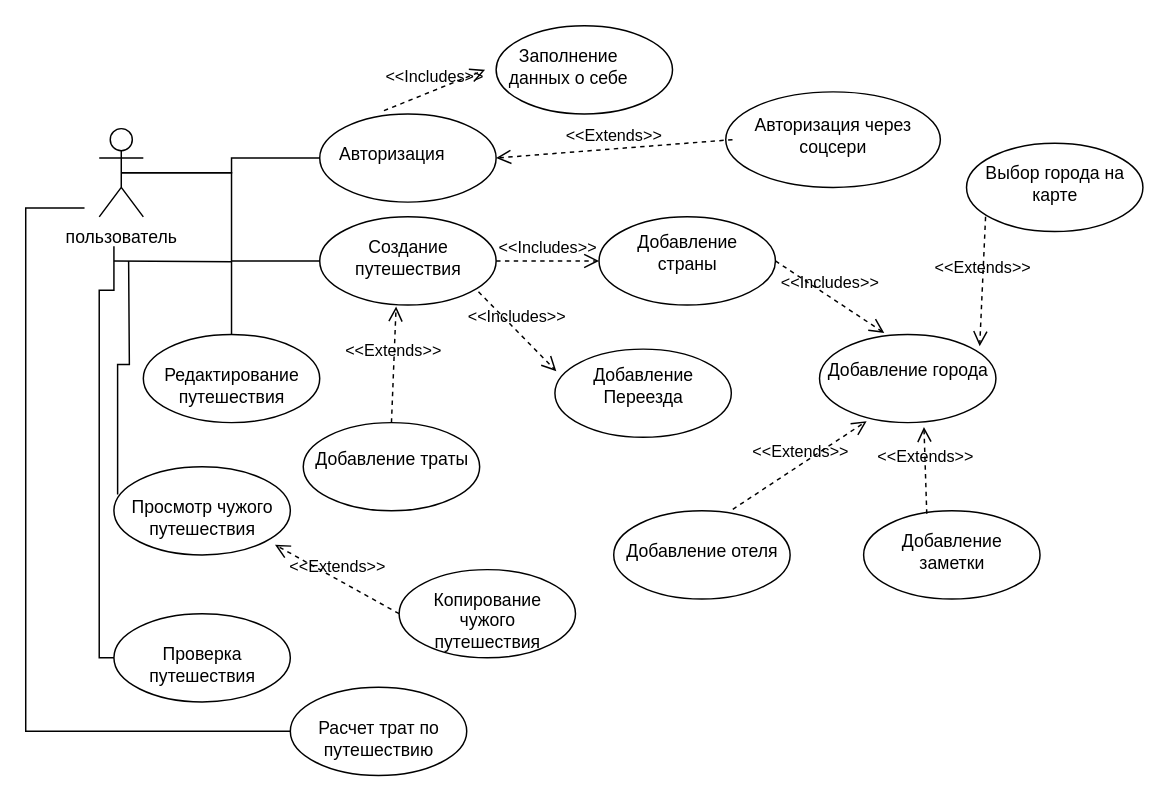
Before: task_final/Trip plan UC.drawio in LiRay7/sal-rab-homeworks, a draw.io diagram. Source tidied: cells renumbered, new cells numbered last; positions are measured from the earlier drawing's top-left corner, leaving out a move shared by most shapes. Both pictures are drawn from the tidied source at 147%, with x=0, y=0 at pixel (25, 25).
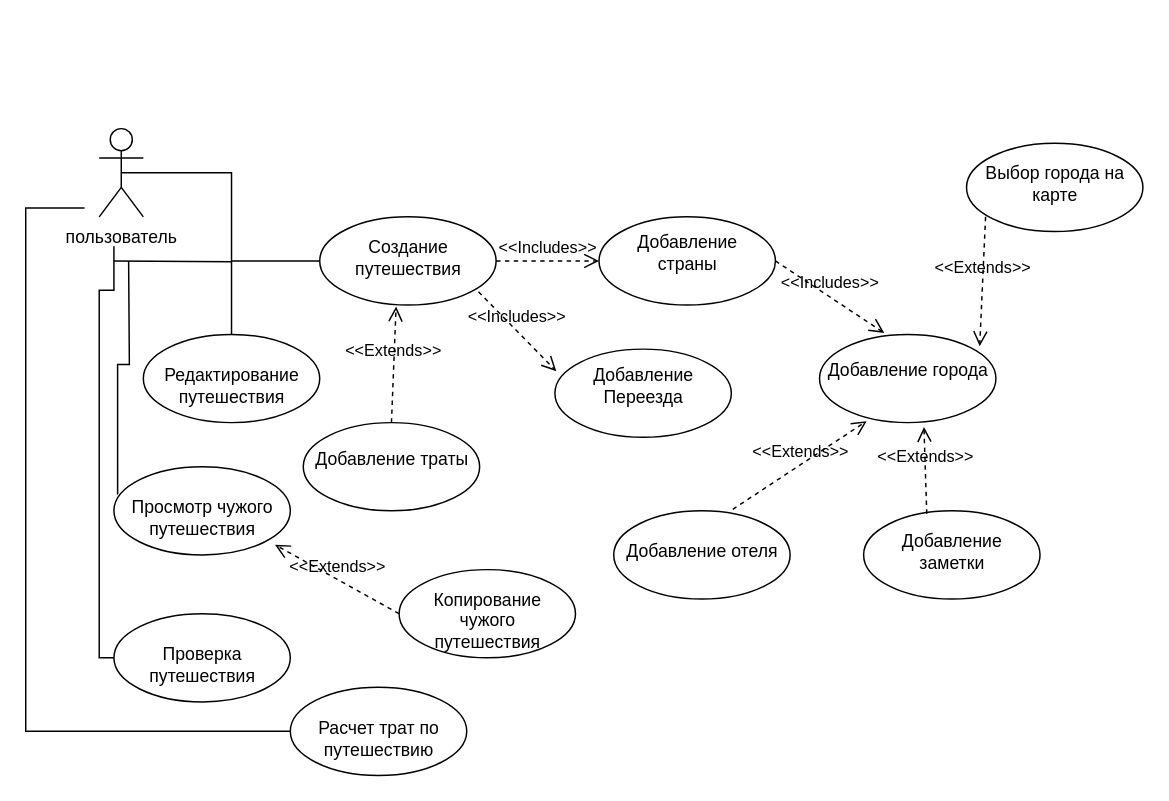
After the change.

Commit message:
Обновление Trip plan UC1.drawio

Unchanged cells that the change refers to:
```xml
<mxCell id="2" value="пользователь" style="shape=umlActor;verticalLabelPosition=bottom;verticalAlign=top;html=1;" parent="1" vertex="1">
  <mxGeometry x="50" y="70" width="30" height="60" as="geometry" />
</mxCell>
```

Change to the diagram source:
```diff
@@
-    <mxCell id="3" style="shape=ellipse;horizontal=1;html=1;dashed=0;" parent="1" vertex="1">
-      <mxGeometry x="200" y="60" width="120" height="60" as="geometry" />
-    </mxCell>
-    <mxCell id="4" value="Авторизация" style="html=1;strokeColor=none;fillColor=none;align=center;verticalAlign=middle;whiteSpace=wrap;" parent="3" vertex="1">
-      <mxGeometry x="-7.5" y="25.7" width="112.5" height="4.3" as="geometry" />
-    </mxCell>
-    <mxCell id="5" style="edgeStyle=orthogonalEdgeStyle;rounded=0;orthogonalLoop=1;jettySize=auto;html=1;exitX=0.5;exitY=1;exitDx=0;exitDy=0;" parent="1" edge="1" source="3" target="3">
-      <mxGeometry relative="1" as="geometry" />
+    <mxCell id="5" style="edgeStyle=orthogonalEdgeStyle;rounded=0;orthogonalLoop=1;jettySize=auto;html=1;exitX=0.5;exitY=1;exitDx=0;exitDy=0;" parent="1" edge="1">
+      <mxGeometry relative="1" as="geometry">
+        <mxPoint x="260" y="120" as="sourcePoint" />
+        <mxPoint x="260" y="120" as="targetPoint" />
+      </mxGeometry>
     </mxCell>
-    <mxCell id="6" style="shape=ellipse;horizontal=1;html=1;dashed=0;" parent="1" vertex="1">
-      <mxGeometry x="476.2" y="45" width="146" height="65" as="geometry" />
-    </mxCell>
-    <mxCell id="7" value="Авторизация через соцсери" style="html=1;strokeColor=none;fillColor=none;align=center;verticalAlign=middle;whiteSpace=wrap;" parent="6" vertex="1">
-      <mxGeometry x="4.6" y="27.9" width="136.9" height="4.6" as="geometry" />
-    </mxCell>
-    <mxCell id="8" style="edgeStyle=orthogonalEdgeStyle;rounded=0;orthogonalLoop=1;jettySize=auto;html=1;exitX=0.5;exitY=1;exitDx=0;exitDy=0;" parent="1" edge="1" source="6" target="6">
-      <mxGeometry relative="1" as="geometry" />
+    <mxCell id="8" style="edgeStyle=orthogonalEdgeStyle;rounded=0;orthogonalLoop=1;jettySize=auto;html=1;exitX=0.5;exitY=1;exitDx=0;exitDy=0;" parent="1" edge="1">
+      <mxGeometry relative="1" as="geometry">
+        <mxPoint x="549.2" y="110" as="sourcePoint" />
+        <mxPoint x="549.2" y="110" as="targetPoint" />
+      </mxGeometry>
     </mxCell>
-    <mxCell id="9" style="endArrow=none;html=1;endSize=12;startArrow=none;startSize=14;startFill=0;edgeStyle=orthogonalEdgeStyle;align=center;verticalAlign=bottom;endFill=0;rounded=0;exitX=0.5;exitY=0.5;exitDx=0;exitDy=0;exitPerimeter=0;entryX=0;entryY=0.5;entryDx=0;entryDy=0;" parent="1" edge="1" source="2" target="3">
-      <mxGeometry y="3" relative="1" as="geometry" />
-    </mxCell>
-    <mxCell id="10" value="&amp;lt;&amp;lt;Extends&amp;gt;&amp;gt;" style="endArrow=open;startArrow=none;endFill=0;startFill=0;endSize=8;html=1;verticalAlign=bottom;dashed=1;labelBackgroundColor=none;rounded=0;exitX=0;exitY=1;exitDx=0;exitDy=0;entryX=1;entryY=0.5;entryDx=0;entryDy=0;" parent="1" edge="1" source="7" target="3">
-      <mxGeometry relative="1" as="geometry" />
-    </mxCell>
@@
-    <mxCell id="44" style="shape=ellipse;horizontal=1;html=1;dashed=0;" parent="1" vertex="1">
-      <mxGeometry x="320" width="120" height="60" as="geometry" />
-    </mxCell>
-    <mxCell id="45" value="Заполнение данных о себе" style="html=1;strokeColor=none;fillColor=none;align=center;verticalAlign=middle;whiteSpace=wrap;" parent="44" vertex="1">
-      <mxGeometry x="-7.5" y="25.7" width="112.5" height="4.3" as="geometry" />
-    </mxCell>
-    <mxCell id="46" value="&amp;lt;&amp;lt;Includes&amp;gt;&amp;gt;" style="endArrow=open;startArrow=none;endFill=0;startFill=0;endSize=8;html=1;verticalAlign=bottom;dashed=1;labelBackgroundColor=none;rounded=0;exitX=0.364;exitY=-0.037;exitDx=0;exitDy=0;entryX=0;entryY=1;entryDx=0;entryDy=0;exitPerimeter=0;" parent="1" edge="1" source="3" target="45">
-      <mxGeometry x="-0.01" relative="1" as="geometry" />
-    </mxCell>
```
